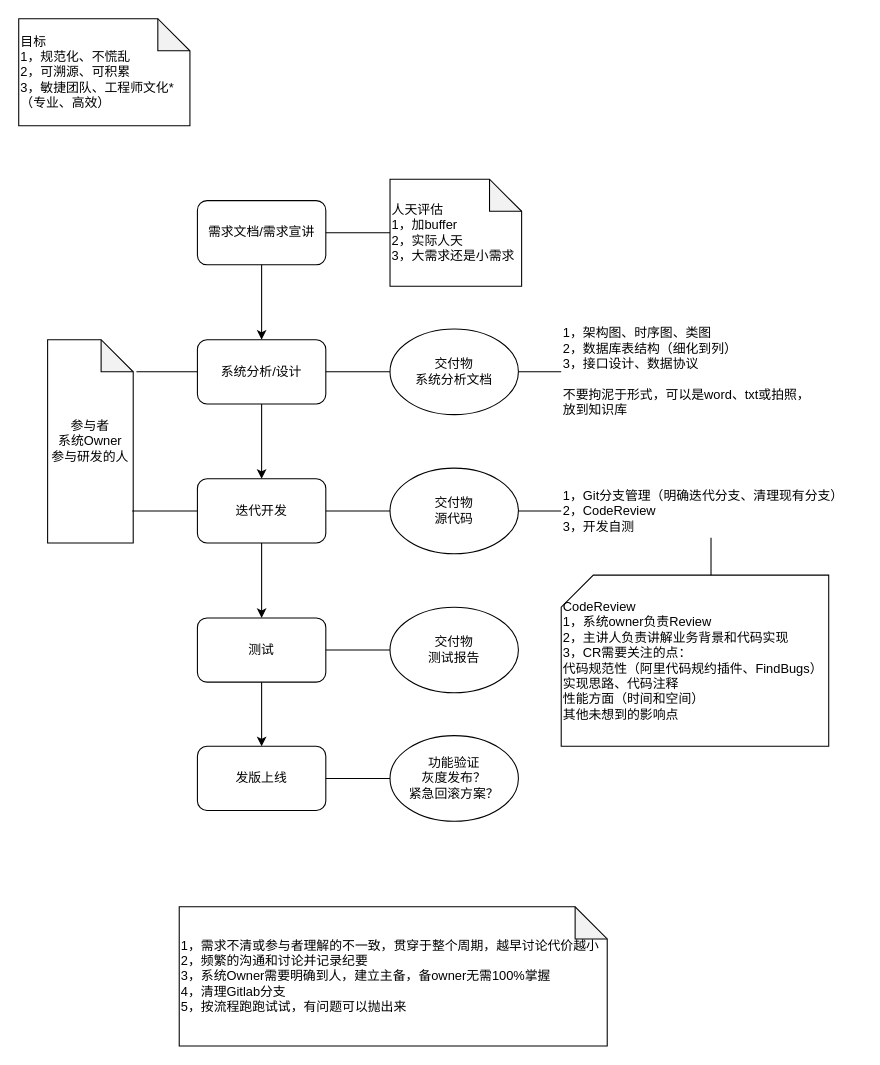
The draw.io diagram Dengta/研发流程.drawio in liuchenwei2000/diagram, before the edit. Source tidied: cells renumbered, new cells numbered last; positions are measured from the earlier drawing's top-left corner, leaving out a move shared by most shapes. Both pictures are drawn from the tidied source at 107%, with x=0, y=0 at pixel (18, 18).
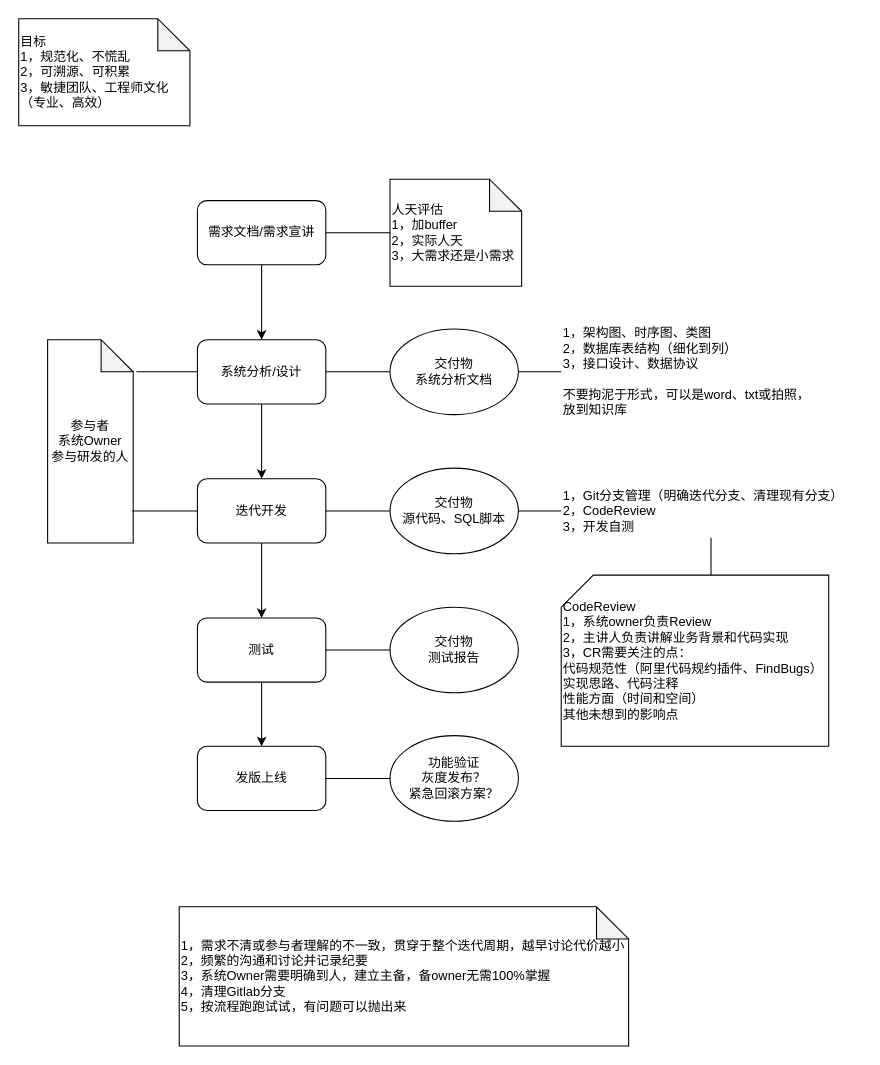
The same diagram, later.

The edit, as a diff of the source:
```diff
@@
-    <mxCell id="17" value="交付物&lt;br&gt;源代码" style="ellipse;whiteSpace=wrap;html=1;" parent="1" vertex="1">
+    <mxCell id="17" value="交付物&lt;br&gt;源代码、SQL脚本" style="ellipse;whiteSpace=wrap;html=1;" parent="1" vertex="1">
       <mxGeometry x="347" y="420" width="120" height="80" as="geometry" />
     </mxCell>
@@
-    <mxCell id="27" value="1，需求不清或参与者理解的不一致，贯穿于整个周期，越早讨论代价越小&lt;br&gt;2，频繁的沟通和讨论并记录纪要&lt;br&gt;3，系统Owner需要明确到人，建立主备，备owner无需100%掌握&lt;br&gt;4，清理Gitlab分支&lt;br&gt;5，按流程跑跑试试，有问题可以抛出来" style="shape=note;whiteSpace=wrap;html=1;backgroundOutline=1;darkOpacity=0.05;align=left;" parent="1" vertex="1">
-      <mxGeometry x="150" y="830" width="400" height="130" as="geometry" />
+    <mxCell id="27" value="1，需求不清或参与者理解的不一致，贯穿于整个迭代周期，越早讨论代价越小&lt;br&gt;2，频繁的沟通和讨论并记录纪要&lt;br&gt;3，系统Owner需要明确到人，建立主备，备owner无需100%掌握&lt;br&gt;4，清理Gitlab分支&lt;br&gt;5，按流程跑跑试试，有问题可以抛出来" style="shape=note;whiteSpace=wrap;html=1;backgroundOutline=1;darkOpacity=0.05;align=left;" parent="1" vertex="1">
+      <mxGeometry x="150" y="830" width="420" height="130" as="geometry" />
     </mxCell>
@@
-    <mxCell id="31" value="目标&lt;br&gt;1，规范化、不慌乱&lt;br&gt;2，可溯源、可积累&lt;br&gt;3，敏捷团队、工程师文化*（专业、高效）" style="shape=note;whiteSpace=wrap;html=1;backgroundOutline=1;darkOpacity=0.05;align=left;verticalAlign=middle;" parent="1" vertex="1">
+    <mxCell id="31" value="目标&lt;br&gt;1，规范化、不慌乱&lt;br&gt;2，可溯源、可积累&lt;br&gt;3，敏捷团队、工程师文化（专业、高效）" style="shape=note;whiteSpace=wrap;html=1;backgroundOutline=1;darkOpacity=0.05;align=left;verticalAlign=middle;" parent="1" vertex="1">
       <mxGeometry width="160" height="100" as="geometry" />
     </mxCell>
```
